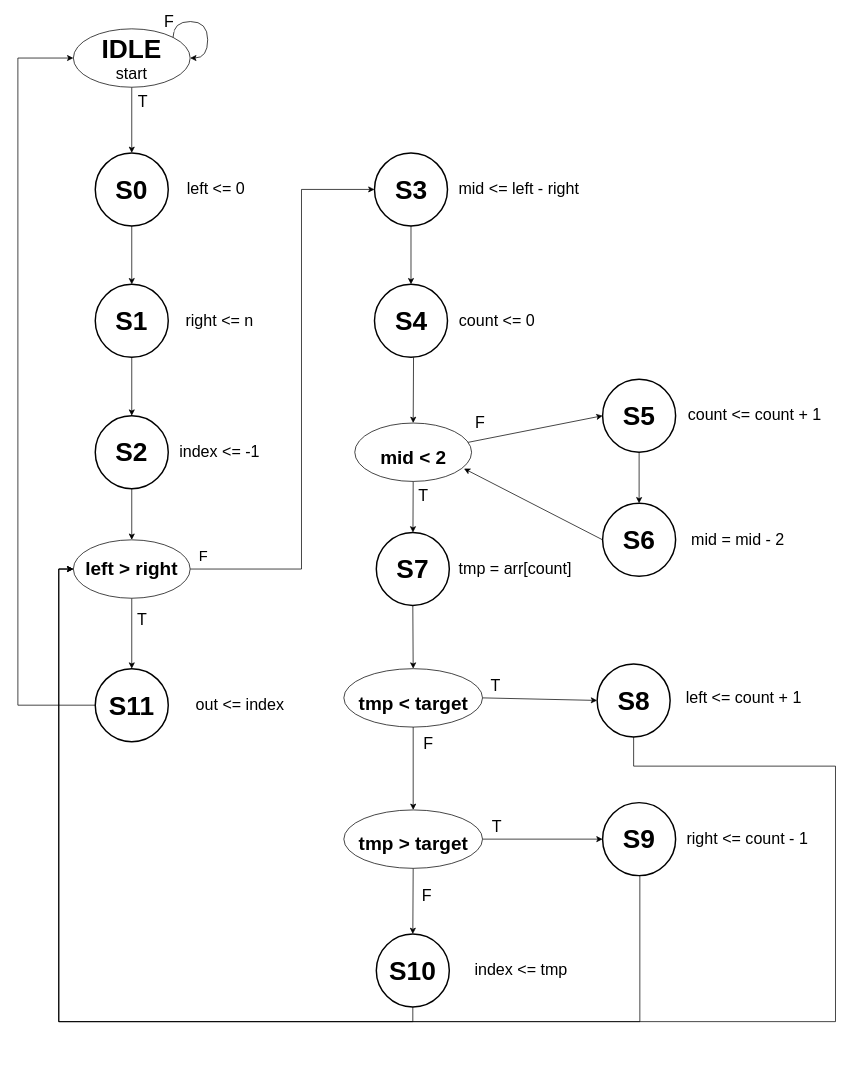
Before: Integrated Circuits/Project 8/FSMD/Homework 8.drawio in liakoyras/school-projects, a draw.io diagram. Source tidied: cells renumbered, new cells numbered last; positions are measured from the earlier drawing's top-left corner, leaving out a move shared by most shapes. Both pictures are drawn from the tidied source at 73%, with x=0, y=0 at pixel (18, 21).
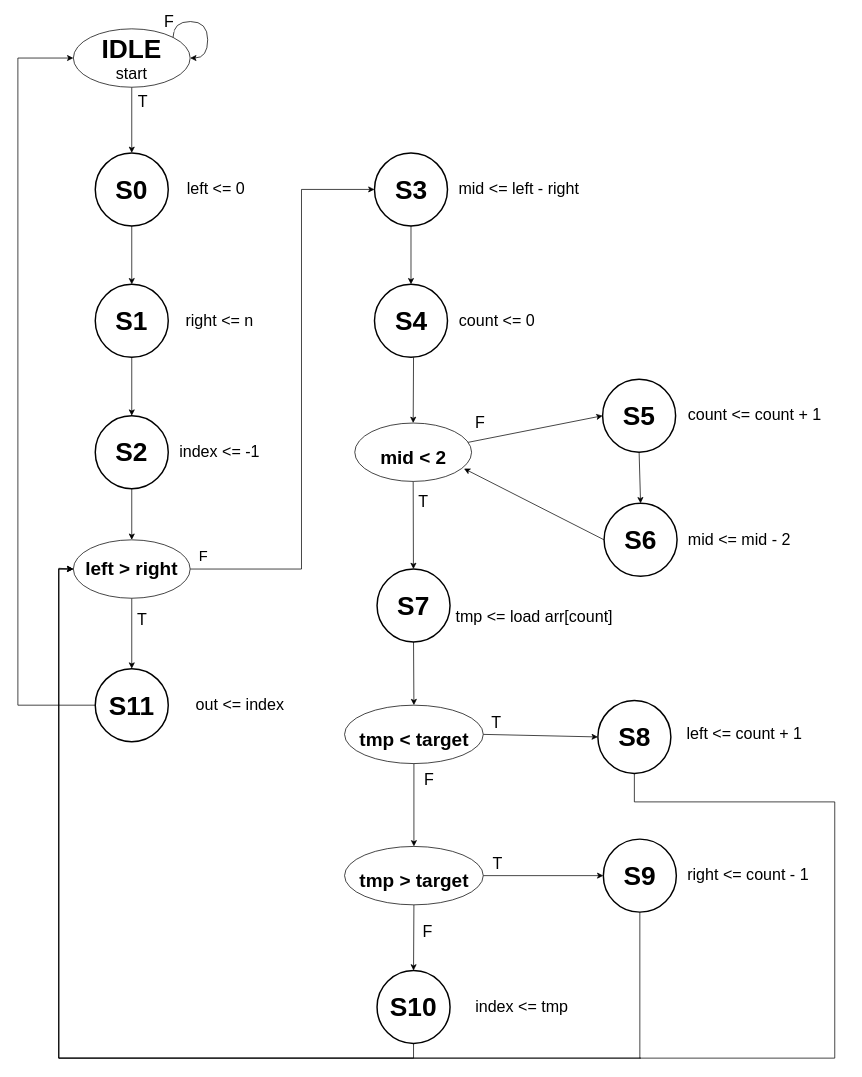
Above is the later version.

The change refers to these unchanged cells:
```xml
<mxCell id="18" value="&lt;font style=&quot;font-size: 26px&quot;&gt;&lt;b&gt;left &amp;gt; right&lt;/b&gt;&lt;/font&gt;" style="ellipse;whiteSpace=wrap;html=1;" parent="1" vertex="1">
  <mxGeometry x="76" y="710" width="160" height="80" as="geometry" />
</mxCell>
<mxCell id="67" value="&lt;font style=&quot;font-size: 36px&quot;&gt;&lt;b&gt;S9&lt;/b&gt;&lt;/font&gt;" style="strokeWidth=2;html=1;shape=mxgraph.flowchart.start_2;whiteSpace=wrap;" parent="66" vertex="1">
  <mxGeometry width="100" height="100" as="geometry" />
</mxCell>
<mxCell id="71" value="&lt;font style=&quot;font-size: 36px&quot;&gt;&lt;b&gt;S8&lt;/b&gt;&lt;/font&gt;" style="strokeWidth=2;html=1;shape=mxgraph.flowchart.start_2;whiteSpace=wrap;" parent="70" vertex="1">
  <mxGeometry width="100" height="100" as="geometry" />
</mxCell>
```

Diff of the diagram source:
```diff
@@
     <mxCell id="35" style="group;" parent="1" vertex="1">
-      <mxGeometry x="846" y="660" width="291" height="100" as="geometry" />
+      <mxGeometry x="848" y="660" width="291" height="100" as="geometry" />
     </mxCell>
-    <mxCell id="36" value="&lt;font style=&quot;font-size: 22px&quot;&gt;&lt;font style=&quot;font-size: 22px&quot;&gt;mid = mid - 2&lt;/font&gt;&lt;br&gt;&lt;/font&gt;" style="text;html=1;align=center;verticalAlign=middle;" parent="35" vertex="1">
-      <mxGeometry x="70" y="40" width="140" height="20" as="geometry" />
+    <mxCell id="36" value="&lt;font style=&quot;font-size: 22px&quot;&gt;&lt;font style=&quot;font-size: 22px&quot;&gt;mid &amp;lt;= mid - 2&lt;/font&gt;&lt;br&gt;&lt;/font&gt;" style="text;html=1;align=center;verticalAlign=middle;" parent="35" vertex="1">
+      <mxGeometry x="60" y="40" width="160" height="20" as="geometry" />
     </mxCell>
@@
     <mxCell id="41" style="group;" parent="1" vertex="1">
-      <mxGeometry x="491" y="700" width="266" height="100" as="geometry" />
+      <mxGeometry x="492" y="750" width="304.5" height="100" as="geometry" />
     </mxCell>
-    <mxCell id="42" value="&lt;font style=&quot;font-size: 22px&quot;&gt;tmp = arr[count]&lt;/font&gt;" style="text;html=1;align=center;verticalAlign=middle;" parent="41" vertex="1">
-      <mxGeometry x="104.5" y="40" width="170" height="20" as="geometry" />
+    <mxCell id="42" value="&lt;font style=&quot;font-size: 22px&quot;&gt;tmp &amp;lt;= load arr[count]&lt;/font&gt;" style="text;html=1;align=center;verticalAlign=middle;" parent="41" vertex="1">
+      <mxGeometry x="100" y="56" width="230" height="20" as="geometry" />
     </mxCell>
@@
     <mxCell id="49" value="&lt;br&gt;&lt;font style=&quot;font-size: 26px&quot;&gt;&lt;b&gt;tmp &amp;lt; target&lt;/b&gt;&lt;/font&gt;" style="ellipse;whiteSpace=wrap;html=1;" parent="1" vertex="1">
-      <mxGeometry x="446.5" y="886.5" width="190" height="80" as="geometry" />
+      <mxGeometry x="447.5" y="936.5" width="190" height="80" as="geometry" />
     </mxCell>
@@
     <mxCell id="54" value="&lt;br&gt;&lt;font style=&quot;font-size: 26px&quot;&gt;&lt;b&gt;tmp &amp;gt; target&lt;/b&gt;&lt;/font&gt;" style="ellipse;whiteSpace=wrap;html=1;" parent="1" vertex="1">
-      <mxGeometry x="446.5" y="1080" width="190" height="80" as="geometry" />
+      <mxGeometry x="447.5" y="1130" width="190" height="80" as="geometry" />
     </mxCell>
     <mxCell id="55" style="group;" parent="1" vertex="1">
-      <mxGeometry x="491" y="1250" width="287.5" height="100" as="geometry" />
+      <mxGeometry x="492" y="1300" width="287.5" height="100" as="geometry" />
     </mxCell>
@@
     <mxCell id="59" value="&lt;font style=&quot;font-size: 22px&quot;&gt;F&lt;/font&gt;" style="text;html=1;align=center;verticalAlign=middle;labelBackgroundColor=#ffffff;" parent="1" vertex="1">
-      <mxGeometry x="541.5" y="1189.9" as="geometry">
+      <mxGeometry x="542.5" y="1239.9" as="geometry">
         <mxPoint x="17.5" y="8" as="offset" />
       </mxGeometry>
     </mxCell>
@@
     <mxCell id="64" style="group;" parent="1" vertex="1">
-      <mxGeometry x="801" y="1070" width="287.5" height="100" as="geometry" />
+      <mxGeometry x="802" y="1120" width="287.5" height="100" as="geometry" />
     </mxCell>
@@
     <mxCell id="68" style="group;" parent="1" vertex="1">
-      <mxGeometry x="793.5" y="880" width="285" height="100" as="geometry" />
+      <mxGeometry x="794.5" y="930" width="285" height="100" as="geometry" />
     </mxCell>
@@
     <mxCell id="82" style="edgeStyle=orthogonalEdgeStyle;rounded=0;jettySize=auto;html=1;exitX=0.5;exitY=1;exitDx=0;exitDy=0;exitPerimeter=0;entryX=0;entryY=0.5;entryDx=0;entryDy=0;" parent="1" edge="1" source="67" target="18">
       <mxGeometry relative="1" as="geometry">
         <Array as="points">
-          <mxPoint x="852" y="1370" />
-          <mxPoint x="56" y="1370" />
-          <mxPoint x="56" y="750" />
+          <mxPoint x="853" y="1420" />
+          <mxPoint x="56" y="1420" />
+          <mxPoint x="56" y="749" />
         </Array>
       </mxGeometry>
     </mxCell>
     <mxCell id="83" style="edgeStyle=orthogonalEdgeStyle;rounded=0;jettySize=auto;html=1;exitX=0.5;exitY=1;exitDx=0;exitDy=0;exitPerimeter=0;entryX=0;entryY=0.5;entryDx=0;entryDy=0;" parent="1" edge="1" source="71" target="18">
       <mxGeometry relative="1" as="geometry">
         <Array as="points">
-          <mxPoint x="844" y="1020" />
-          <mxPoint x="1120" y="1020" />
-          <mxPoint x="1120" y="1370" />
-          <mxPoint x="56" y="1370" />
-          <mxPoint x="56" y="750" />
+          <mxPoint x="845" y="1069" />
+          <mxPoint x="1119" y="1069" />
+          <mxPoint x="1119" y="1420" />
+          <mxPoint x="56" y="1420" />
+          <mxPoint x="56" y="749" />
         </Array>
       </mxGeometry>
     </mxCell>
```
